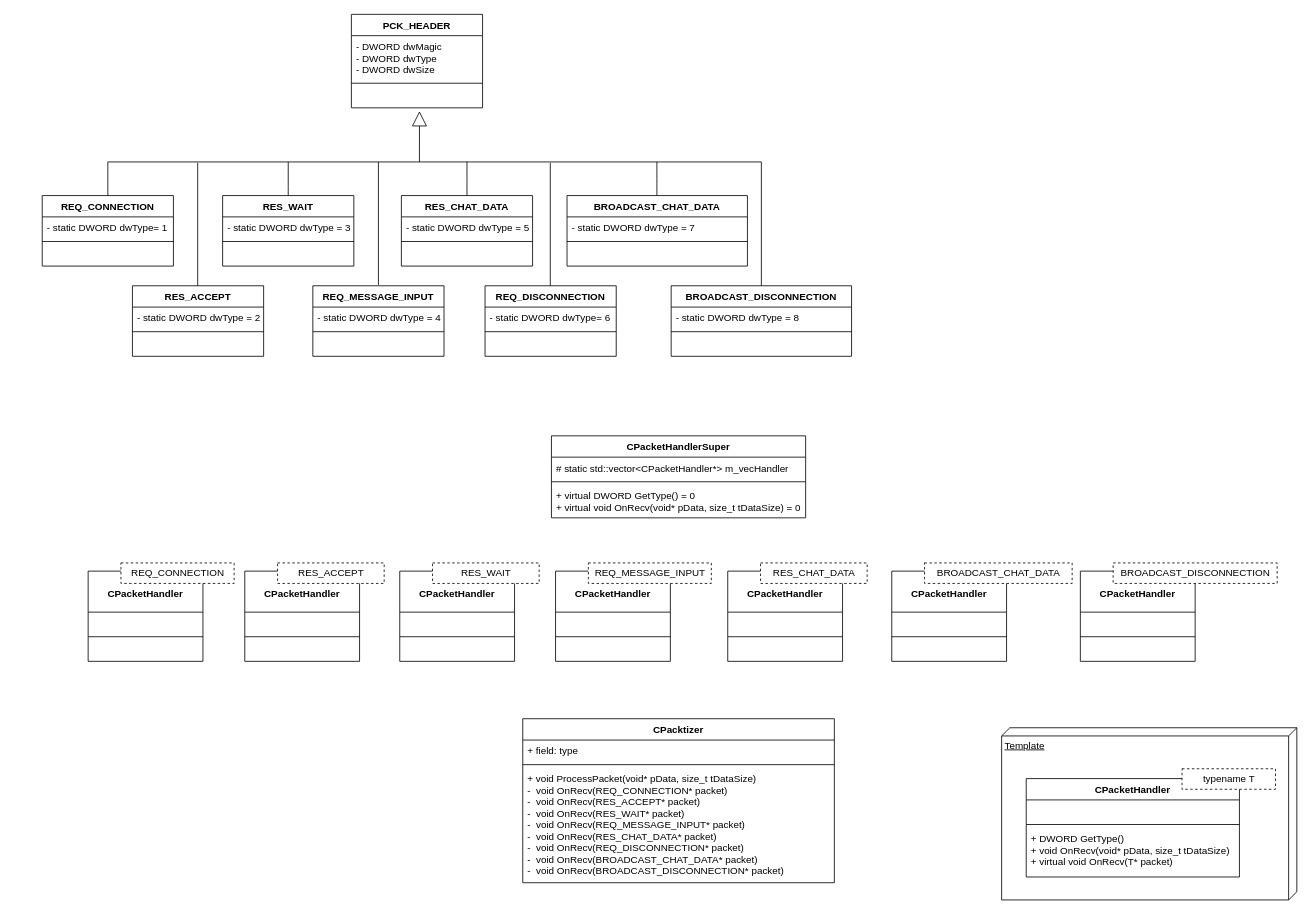
Above: ARTChat/Diagram/diagram_class_packet.drawio in SHACKK/Windows_Study (draw.io), before the change. Source tidied: cells renumbered, new cells numbered last; positions are measured from the earlier drawing's top-left corner, leaving out a move shared by most shapes. Both pictures are drawn from the tidied source at 82%, with x=0, y=0 at pixel (14, 14).
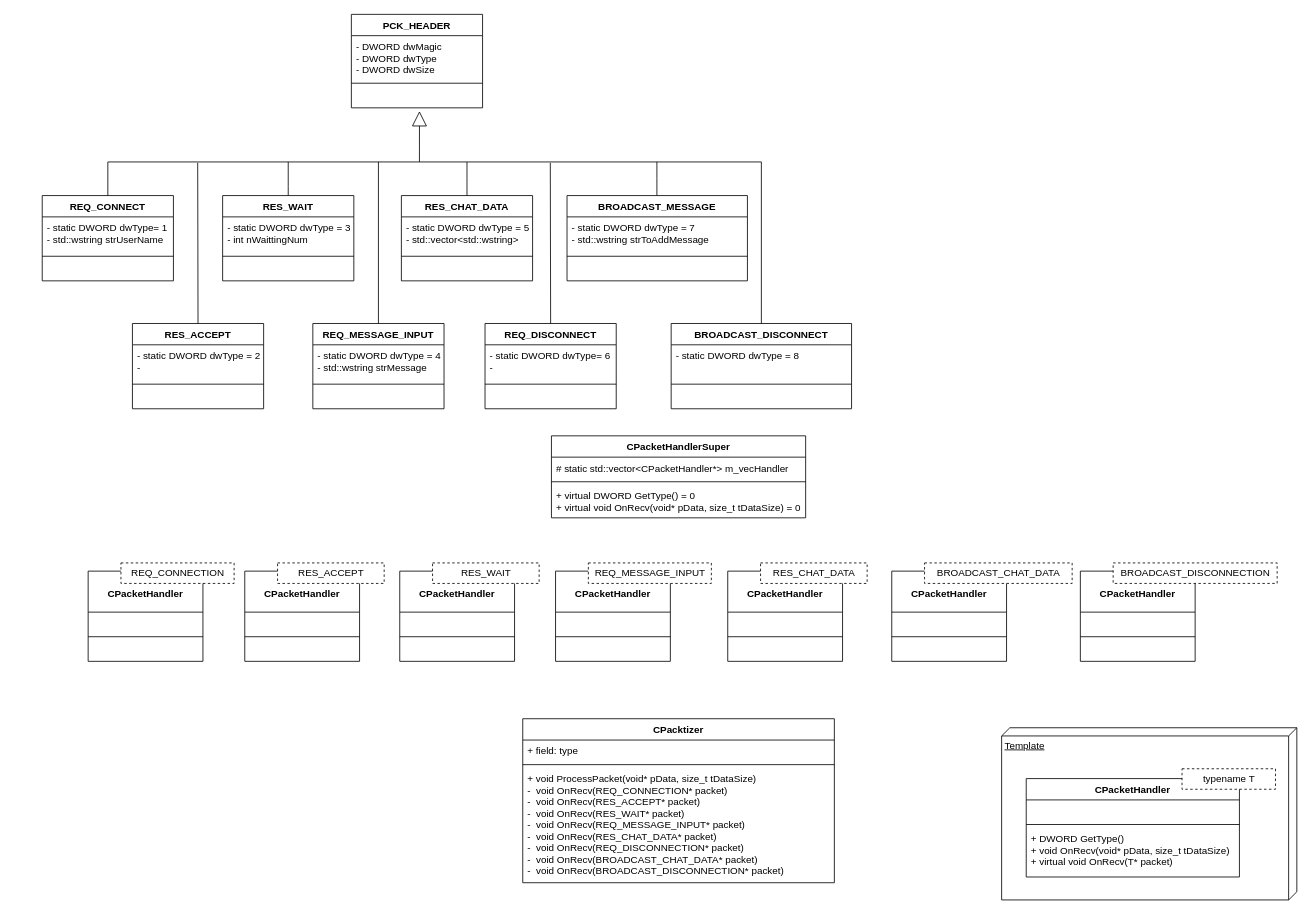
The same page after the edit.

Commit message:
패킷 구조 수정

Diff of the diagram source:
```diff
@@
-    <mxCell id="6" value="REQ_CONNECTION" style="swimlane;fontStyle=1;align=center;verticalAlign=top;horizontal=1;startSize=26;" parent="1" vertex="1">
-      <mxGeometry x="34" y="221" width="160" height="86" as="geometry" />
+    <mxCell id="6" value="REQ_CONNECT" style="swimlane;fontStyle=1;align=center;verticalAlign=top;horizontal=1;startSize=26;" parent="1" vertex="1">
+      <mxGeometry x="34" y="221" width="160" height="104" as="geometry" />
     </mxCell>
-    <mxCell id="7" value="- static DWORD dwType= 1" style="text;strokeColor=none;fillColor=none;align=left;verticalAlign=top;spacingLeft=4;spacingRight=4;overflow=hidden;" parent="6" vertex="1">
-      <mxGeometry y="26" width="160" height="26" as="geometry" />
+    <mxCell id="7" value="- static DWORD dwType= 1&#10;- std::wstring strUserName" style="text;strokeColor=none;fillColor=none;align=left;verticalAlign=top;spacingLeft=4;spacingRight=4;overflow=hidden;" parent="6" vertex="1">
+      <mxGeometry y="26" width="160" height="44" as="geometry" />
     </mxCell>
     <mxCell id="8" style="line;strokeWidth=1;fillColor=none;align=left;verticalAlign=middle;spacingTop=-1;spacingLeft=3;spacingRight=3;labelPosition=right;" parent="6" vertex="1">
-      <mxGeometry y="52" width="160" height="8" as="geometry" />
+      <mxGeometry y="70" width="160" height="8" as="geometry" />
     </mxCell>
     <mxCell id="9" value=" " style="text;strokeColor=none;fillColor=none;align=left;verticalAlign=top;spacingLeft=4;spacingRight=4;overflow=hidden;" parent="6" vertex="1">
-      <mxGeometry y="60" width="160" height="26" as="geometry" />
+      <mxGeometry y="78" width="160" height="26" as="geometry" />
     </mxCell>
     <mxCell id="10" value="RES_ACCEPT" style="swimlane;fontStyle=1;align=center;verticalAlign=top;horizontal=1;startSize=26;" parent="1" vertex="1">
-      <mxGeometry x="144" y="331" width="160" height="86" as="geometry" />
+      <mxGeometry x="144" y="377" width="160" height="104" as="geometry" />
     </mxCell>
-    <mxCell id="11" value="- static DWORD dwType = 2" style="text;strokeColor=none;fillColor=none;align=left;verticalAlign=top;spacingLeft=4;spacingRight=4;overflow=hidden;" parent="10" vertex="1">
-      <mxGeometry y="26" width="160" height="26" as="geometry" />
+    <mxCell id="11" value="- static DWORD dwType = 2&#10;- " style="text;strokeColor=none;fillColor=none;align=left;verticalAlign=top;spacingLeft=4;spacingRight=4;overflow=hidden;" parent="10" vertex="1">
+      <mxGeometry y="26" width="160" height="44" as="geometry" />
     </mxCell>
     <mxCell id="12" style="line;strokeWidth=1;fillColor=none;align=left;verticalAlign=middle;spacingTop=-1;spacingLeft=3;spacingRight=3;labelPosition=right;" parent="10" vertex="1">
-      <mxGeometry y="52" width="160" height="8" as="geometry" />
+      <mxGeometry y="70" width="160" height="8" as="geometry" />
     </mxCell>
     <mxCell id="13" value=" " style="text;strokeColor=none;fillColor=none;align=left;verticalAlign=top;spacingLeft=4;spacingRight=4;overflow=hidden;" parent="10" vertex="1">
-      <mxGeometry y="60" width="160" height="26" as="geometry" />
+      <mxGeometry y="78" width="160" height="26" as="geometry" />
     </mxCell>
     <mxCell id="14" value="RES_WAIT" style="swimlane;fontStyle=1;align=center;verticalAlign=top;horizontal=1;startSize=26;" parent="1" vertex="1">
-      <mxGeometry x="254" y="221" width="160" height="86" as="geometry" />
+      <mxGeometry x="254" y="221" width="160" height="104" as="geometry" />
     </mxCell>
-    <mxCell id="15" value="- static DWORD dwType = 3" style="text;strokeColor=none;fillColor=none;align=left;verticalAlign=top;spacingLeft=4;spacingRight=4;overflow=hidden;" parent="14" vertex="1">
-      <mxGeometry y="26" width="160" height="26" as="geometry" />
+    <mxCell id="15" value="- static DWORD dwType = 3&#10;- int nWaittingNum" style="text;strokeColor=none;fillColor=none;align=left;verticalAlign=top;spacingLeft=4;spacingRight=4;overflow=hidden;" parent="14" vertex="1">
+      <mxGeometry y="26" width="160" height="44" as="geometry" />
     </mxCell>
     <mxCell id="16" style="line;strokeWidth=1;fillColor=none;align=left;verticalAlign=middle;spacingTop=-1;spacingLeft=3;spacingRight=3;labelPosition=right;" parent="14" vertex="1">
-      <mxGeometry y="52" width="160" height="8" as="geometry" />
+      <mxGeometry y="70" width="160" height="8" as="geometry" />
     </mxCell>
     <mxCell id="17" value=" " style="text;strokeColor=none;fillColor=none;align=left;verticalAlign=top;spacingLeft=4;spacingRight=4;overflow=hidden;" parent="14" vertex="1">
-      <mxGeometry y="60" width="160" height="26" as="geometry" />
+      <mxGeometry y="78" width="160" height="26" as="geometry" />
     </mxCell>
     <mxCell id="18" value="REQ_MESSAGE_INPUT" style="swimlane;fontStyle=1;align=center;verticalAlign=top;horizontal=1;startSize=26;" parent="1" vertex="1">
-      <mxGeometry x="364" y="331" width="160" height="86" as="geometry" />
+      <mxGeometry x="364" y="377" width="160" height="104" as="geometry" />
     </mxCell>
-    <mxCell id="19" value="- static DWORD dwType = 4" style="text;strokeColor=none;fillColor=none;align=left;verticalAlign=top;spacingLeft=4;spacingRight=4;overflow=hidden;" parent="18" vertex="1">
-      <mxGeometry y="26" width="160" height="26" as="geometry" />
+    <mxCell id="19" value="- static DWORD dwType = 4&#10;- std::wstring strMessage" style="text;strokeColor=none;fillColor=none;align=left;verticalAlign=top;spacingLeft=4;spacingRight=4;overflow=hidden;" parent="18" vertex="1">
+      <mxGeometry y="26" width="160" height="44" as="geometry" />
     </mxCell>
     <mxCell id="20" style="line;strokeWidth=1;fillColor=none;align=left;verticalAlign=middle;spacingTop=-1;spacingLeft=3;spacingRight=3;labelPosition=right;" parent="18" vertex="1">
-      <mxGeometry y="52" width="160" height="8" as="geometry" />
+      <mxGeometry y="70" width="160" height="8" as="geometry" />
     </mxCell>
     <mxCell id="21" value=" " style="text;strokeColor=none;fillColor=none;align=left;verticalAlign=top;spacingLeft=4;spacingRight=4;overflow=hidden;" parent="18" vertex="1">
-      <mxGeometry y="60" width="160" height="26" as="geometry" />
+      <mxGeometry y="78" width="160" height="26" as="geometry" />
     </mxCell>
-    <mxCell id="22" value="BROADCAST_CHAT_DATA" style="swimlane;fontStyle=1;align=center;verticalAlign=top;horizontal=1;startSize=26;" parent="1" vertex="1">
-      <mxGeometry x="674" y="221" width="220" height="86" as="geometry" />
+    <mxCell id="22" value="BROADCAST_MESSAGE" style="swimlane;fontStyle=1;align=center;verticalAlign=top;horizontal=1;startSize=26;" parent="1" vertex="1">
+      <mxGeometry x="674" y="221" width="220" height="104" as="geometry" />
     </mxCell>
-    <mxCell id="23" value="- static DWORD dwType = 7" style="text;strokeColor=none;fillColor=none;align=left;verticalAlign=top;spacingLeft=4;spacingRight=4;overflow=hidden;" parent="22" vertex="1">
-      <mxGeometry y="26" width="220" height="26" as="geometry" />
+    <mxCell id="23" value="- static DWORD dwType = 7&#10;- std::wstring strToAddMessage" style="text;strokeColor=none;fillColor=none;align=left;verticalAlign=top;spacingLeft=4;spacingRight=4;overflow=hidden;" parent="22" vertex="1">
+      <mxGeometry y="26" width="220" height="44" as="geometry" />
     </mxCell>
     <mxCell id="24" style="line;strokeWidth=1;fillColor=none;align=left;verticalAlign=middle;spacingTop=-1;spacingLeft=3;spacingRight=3;labelPosition=right;" parent="22" vertex="1">
-      <mxGeometry y="52" width="220" height="8" as="geometry" />
+      <mxGeometry y="70" width="220" height="8" as="geometry" />
     </mxCell>
     <mxCell id="25" value=" " style="text;strokeColor=none;fillColor=none;align=left;verticalAlign=top;spacingLeft=4;spacingRight=4;overflow=hidden;" parent="22" vertex="1">
-      <mxGeometry y="60" width="220" height="26" as="geometry" />
+      <mxGeometry y="78" width="220" height="26" as="geometry" />
     </mxCell>
     <mxCell id="26" value="RES_CHAT_DATA" style="swimlane;fontStyle=1;align=center;verticalAlign=top;horizontal=1;startSize=26;" parent="1" vertex="1">
-      <mxGeometry x="472" y="221" width="160" height="86" as="geometry" />
+      <mxGeometry x="472" y="221" width="160" height="104" as="geometry" />
     </mxCell>
-    <mxCell id="27" value="- static DWORD dwType = 5" style="text;strokeColor=none;fillColor=none;align=left;verticalAlign=top;spacingLeft=4;spacingRight=4;overflow=hidden;" parent="26" vertex="1">
-      <mxGeometry y="26" width="160" height="26" as="geometry" />
+    <mxCell id="27" value="- static DWORD dwType = 5&#10;- std::vector&lt;std::wstring&gt;" style="text;strokeColor=none;fillColor=none;align=left;verticalAlign=top;spacingLeft=4;spacingRight=4;overflow=hidden;" parent="26" vertex="1">
+      <mxGeometry y="26" width="160" height="44" as="geometry" />
     </mxCell>
     <mxCell id="28" style="line;strokeWidth=1;fillColor=none;align=left;verticalAlign=middle;spacingTop=-1;spacingLeft=3;spacingRight=3;labelPosition=right;" parent="26" vertex="1">
-      <mxGeometry y="52" width="160" height="8" as="geometry" />
+      <mxGeometry y="70" width="160" height="8" as="geometry" />
     </mxCell>
     <mxCell id="29" value=" " style="text;strokeColor=none;fillColor=none;align=left;verticalAlign=top;spacingLeft=4;spacingRight=4;overflow=hidden;" parent="26" vertex="1">
-      <mxGeometry y="60" width="160" height="26" as="geometry" />
+      <mxGeometry y="78" width="160" height="26" as="geometry" />
     </mxCell>
-    <mxCell id="30" value="REQ_DISCONNECTION" style="swimlane;fontStyle=1;align=center;verticalAlign=top;horizontal=1;startSize=26;" parent="1" vertex="1">
-      <mxGeometry x="574" y="331" width="160" height="86" as="geometry" />
+    <mxCell id="30" value="REQ_DISCONNECT" style="swimlane;fontStyle=1;align=center;verticalAlign=top;horizontal=1;startSize=26;" parent="1" vertex="1">
+      <mxGeometry x="574" y="377" width="160" height="104" as="geometry" />
     </mxCell>
-    <mxCell id="31" value="- static DWORD dwType= 6" style="text;strokeColor=none;fillColor=none;align=left;verticalAlign=top;spacingLeft=4;spacingRight=4;overflow=hidden;" parent="30" vertex="1">
-      <mxGeometry y="26" width="160" height="26" as="geometry" />
+    <mxCell id="31" value="- static DWORD dwType= 6&#10;- " style="text;strokeColor=none;fillColor=none;align=left;verticalAlign=top;spacingLeft=4;spacingRight=4;overflow=hidden;" parent="30" vertex="1">
+      <mxGeometry y="26" width="160" height="44" as="geometry" />
     </mxCell>
     <mxCell id="32" style="line;strokeWidth=1;fillColor=none;align=left;verticalAlign=middle;spacingTop=-1;spacingLeft=3;spacingRight=3;labelPosition=right;" parent="30" vertex="1">
-      <mxGeometry y="52" width="160" height="8" as="geometry" />
+      <mxGeometry y="70" width="160" height="8" as="geometry" />
     </mxCell>
     <mxCell id="33" value=" " style="text;strokeColor=none;fillColor=none;align=left;verticalAlign=top;spacingLeft=4;spacingRight=4;overflow=hidden;" parent="30" vertex="1">
-      <mxGeometry y="60" width="160" height="26" as="geometry" />
+      <mxGeometry y="78" width="160" height="26" as="geometry" />
     </mxCell>
-    <mxCell id="34" value="BROADCAST_DISCONNECTION" style="swimlane;fontStyle=1;align=center;verticalAlign=top;horizontal=1;startSize=26;" parent="1" vertex="1">
-      <mxGeometry x="801" y="331" width="220" height="86" as="geometry" />
+    <mxCell id="34" value="BROADCAST_DISCONNECT" style="swimlane;fontStyle=1;align=center;verticalAlign=top;horizontal=1;startSize=26;" parent="1" vertex="1">
+      <mxGeometry x="801" y="377" width="220" height="104" as="geometry" />
     </mxCell>
     <mxCell id="35" value="- static DWORD dwType = 8" style="text;strokeColor=none;fillColor=none;align=left;verticalAlign=top;spacingLeft=4;spacingRight=4;overflow=hidden;" parent="34" vertex="1">
-      <mxGeometry y="26" width="220" height="26" as="geometry" />
+      <mxGeometry y="26" width="220" height="44" as="geometry" />
     </mxCell>
     <mxCell id="36" style="line;strokeWidth=1;fillColor=none;align=left;verticalAlign=middle;spacingTop=-1;spacingLeft=3;spacingRight=3;labelPosition=right;" parent="34" vertex="1">
-      <mxGeometry y="52" width="220" height="8" as="geometry" />
+      <mxGeometry y="70" width="220" height="8" as="geometry" />
     </mxCell>
     <mxCell id="37" value=" " style="text;strokeColor=none;fillColor=none;align=left;verticalAlign=top;spacingLeft=4;spacingRight=4;overflow=hidden;" parent="34" vertex="1">
-      <mxGeometry y="60" width="220" height="26" as="geometry" />
+      <mxGeometry y="78" width="220" height="26" as="geometry" />
     </mxCell>
@@
-    <mxCell id="42" style="endArrow=none;endSize=16;endFill=0;html=1;rounded=0;" parent="1" edge="1">
+    <mxCell id="42" style="endArrow=none;endSize=16;endFill=0;html=1;rounded=0;exitX=0.5;exitY=0;exitDx=0;exitDy=0;" parent="1" edge="1" source="18">
       <mxGeometry relative="1" as="geometry">
-        <mxPoint x="444" y="330" as="sourcePoint" />
         <mxPoint x="444" y="180" as="targetPoint" />
       </mxGeometry>
     </mxCell>
@@
-    <mxCell id="52" style="endArrow=none;endSize=16;endFill=0;html=1;rounded=0;" parent="1" edge="1">
+    <mxCell id="52" style="endArrow=none;endSize=16;endFill=0;html=1;rounded=0;exitX=0.5;exitY=0;exitDx=0;exitDy=0;" parent="1" edge="1" source="10">
       <mxGeometry relative="1" as="geometry">
-        <mxPoint x="223.6" y="331" as="sourcePoint" />
         <mxPoint x="223.6" y="181" as="targetPoint" />
       </mxGeometry>
     </mxCell>
-    <mxCell id="53" style="endArrow=none;endSize=16;endFill=0;html=1;rounded=0;" parent="1" edge="1">
+    <mxCell id="53" style="endArrow=none;endSize=16;endFill=0;html=1;rounded=0;exitX=0.5;exitY=0;exitDx=0;exitDy=0;" parent="1" edge="1" source="30">
       <mxGeometry relative="1" as="geometry">
-        <mxPoint x="653.6" y="331" as="sourcePoint" />
         <mxPoint x="653.6" y="181" as="targetPoint" />
       </mxGeometry>
     </mxCell>
```
